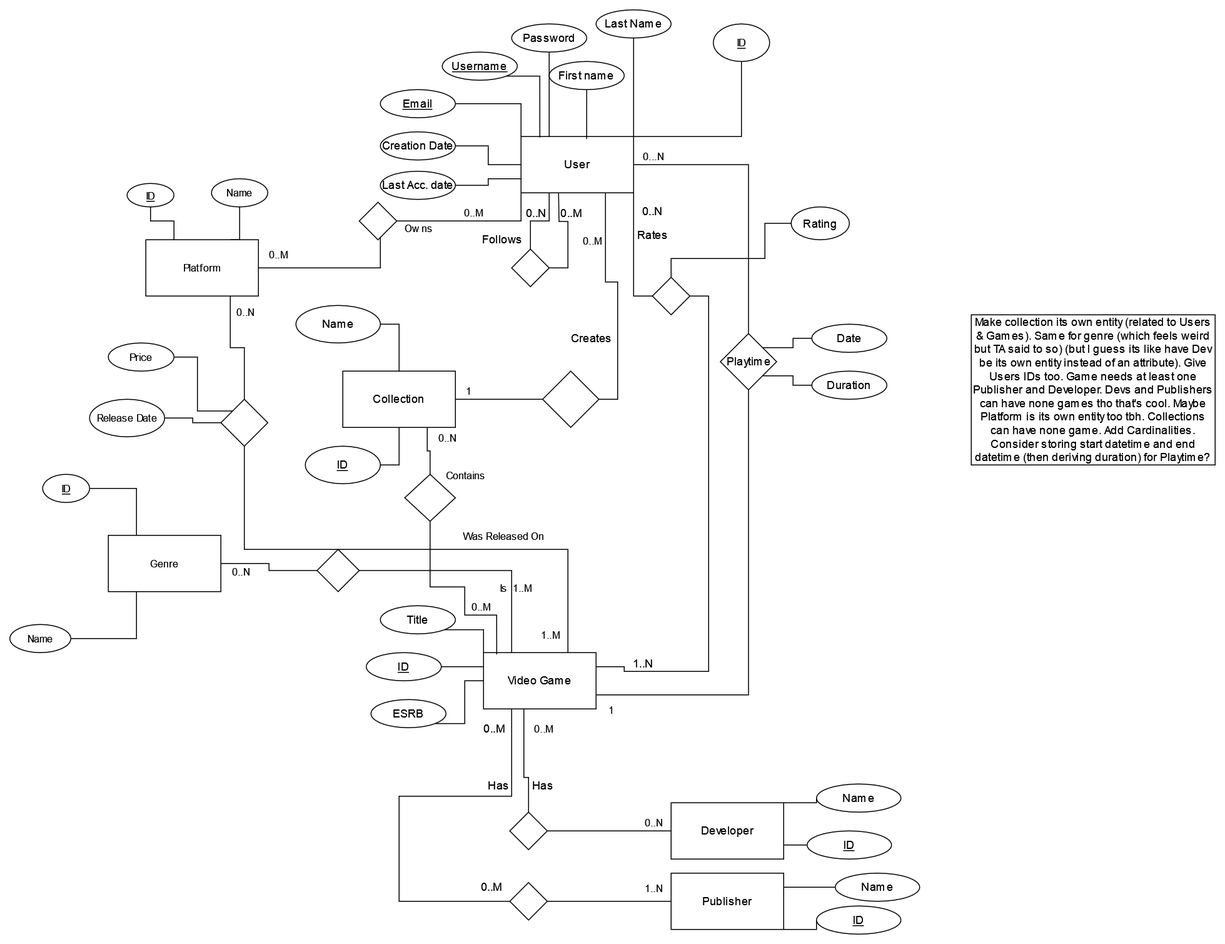
Earlier version of the draw.io export ER Diagram.drawio.png (grbe22/PDM_project). Source tidied: cells renumbered, new cells last; positions are measured from the earlier drawing's top-left corner, leaving out a move shared by most shapes.
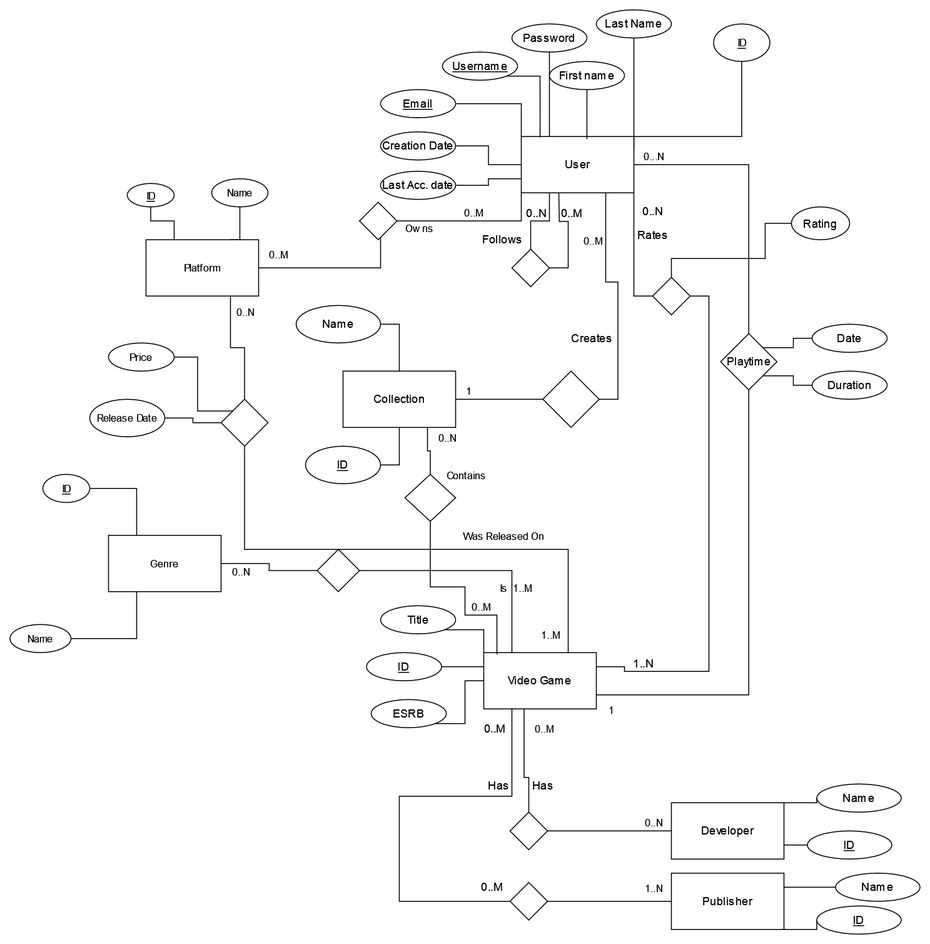
The same diagram one commit later.

Commit message:
moved the discussion notes to the latex file

Change to the diagram source:
```diff
@@ -316,9 +316,6 @@
     <mxCell id="86" value="Rating" style="ellipse;whiteSpace=wrap;html=1;" parent="1" vertex="1">
       <mxGeometry x="833" y="210" width="62" height="35" as="geometry" />
     </mxCell>
-    <mxCell id="87" value="Make collection its own entity (related to Users &amp;amp; Games). Same for genre (which feels weird but TA said to so) (but I guess its like have Dev be its own entity instead of an attribute). Give Users IDs too. Game needs at least one Publisher and Developer. Devs and Publishers can have none games tho that's cool. Maybe Platform is its own entity too tbh. Collections can have none game. Add Cardinalities. Consider storing start datetime and end datetime (then deriving duration) for Playtime?" style="rounded=0;whiteSpace=wrap;html=1;" parent="1" vertex="1">
-      <mxGeometry x="1025" y="325" width="260" height="160" as="geometry" />
-    </mxCell>
     <mxCell id="88" style="edgeStyle=orthogonalEdgeStyle;rounded=0;jettySize=auto;html=1;exitX=0.5;exitY=1;exitDx=0;exitDy=0;entryX=1;entryY=0.5;entryDx=0;entryDy=0;endArrow=none;endFill=0;" parent="1" edge="1" source="93" target="95">
       <mxGeometry relative="1" as="geometry" />
     </mxCell>
```
